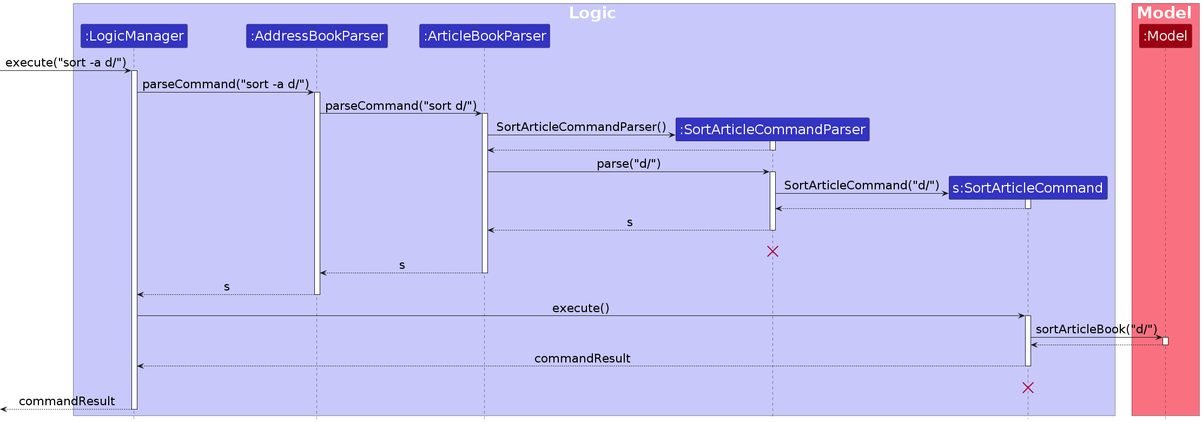
AY2324S2-CS2103T-F12-2/tp keeps this PlantUML diagram as diagrams/SortArticlesSequenceDiagram-Logic.png. Above is the earlier version. Its source is kept beside it as diagrams/SortArticlesSequenceDiagram-Logic.puml. Source of this version:
```plantuml
@startuml
!include style2.puml
skinparam ArrowFontStyle plain


box <size:30>Logic</size> LOGIC_COLOR_T1
participant ":LogicManager" as LogicManager LOGIC_COLOR
participant ":AddressBookParser" as AddressBookParser LOGIC_COLOR
participant ":ArticleBookParser" as ArticleBookParser LOGIC_COLOR
participant ":SortArticleCommandParser" as SortArticleCommandParser LOGIC_COLOR
participant "s:SortArticleCommand" as SortArticleCommand LOGIC_COLOR
end box

box <size:30>Model</size> MODEL_COLOR_T1
participant ":Model" as Model MODEL_COLOR
end box
[-> LogicManager : <size:22>execute("sort -a d/")</size>
activate LogicManager

LogicManager -> AddressBookParser : <size:22>parseCommand("sort -a d/")</size>
activate AddressBookParser

AddressBookParser -> ArticleBookParser : <size:22>parseCommand("sort d/")</size>
activate ArticleBookParser

create SortArticleCommandParser
ArticleBookParser -> SortArticleCommandParser : <size:22>SortArticleCommandParser()</size>
activate SortArticleCommandParser

SortArticleCommandParser --> ArticleBookParser
deactivate SortArticleCommandParser

ArticleBookParser -> SortArticleCommandParser : <size:22>parse("d/")</size>
activate SortArticleCommandParser

create SortArticleCommand
SortArticleCommandParser -> SortArticleCommand : <size:22>SortArticleCommand("d/")</size>
activate SortArticleCommand

SortArticleCommand --> SortArticleCommandParser
deactivate SortArticleCommand

SortArticleCommandParser --> ArticleBookParser : <size:22>s</size>
deactivate SortArticleCommandParser
SortArticleCommandParser -[hidden]-> AddressBookParser : <size:22>s</size>
destroy SortArticleCommandParser

ArticleBookParser --> AddressBookParser : <size:22>s</size>
deactivate ArticleBookParser

AddressBookParser --> LogicManager : <size:22>s</size>
deactivate AddressBookParser

LogicManager -> SortArticleCommand : <size:22>execute()</size>
activate SortArticleCommand

SortArticleCommand -> Model : <size:22>sortArticleBook("d/")</size>
activate Model

Model --> SortArticleCommand
deactivate Model

SortArticleCommand --> LogicManager : <size:22>commandResult</size>
deactivate SortArticleCommand
SortArticleCommand -[hidden]-> LogicManager : <size:22>commandResult</size>
destroy SortArticleCommand

[<--LogicManager : <size:22>commandResult</size>
deactivate LogicManager
@enduml
```
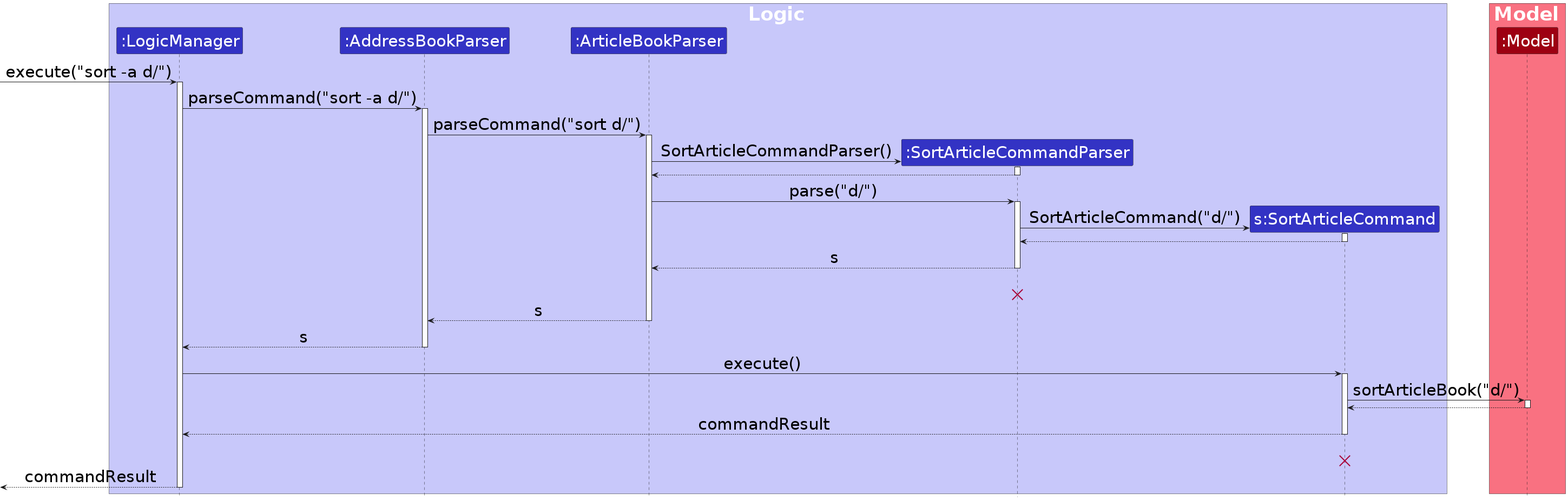
After the commit.

What changed in the source:
```diff
@@ -1,9 +1,9 @@
 @startuml
-!include style2.puml
+!include style3.puml
 skinparam ArrowFontStyle plain
 
 
-box <size:30>Logic</size> LOGIC_COLOR_T1
+box <size:35>Logic</size> LOGIC_COLOR_T1
 participant ":LogicManager" as LogicManager LOGIC_COLOR
 participant ":AddressBookParser" as AddressBookParser LOGIC_COLOR
 participant ":ArticleBookParser" as ArticleBookParser LOGIC_COLOR
@@ -11,60 +11,60 @@
 participant "s:SortArticleCommand" as SortArticleCommand LOGIC_COLOR
 end box
 
-box <size:30>Model</size> MODEL_COLOR_T1
+box <size:35>Model</size> MODEL_COLOR_T1
 participant ":Model" as Model MODEL_COLOR
 end box
-[-> LogicManager : <size:22>execute("sort -a d/")</size>
+[-> LogicManager : <size:30>execute("sort -a d/")</size>
 activate LogicManager
 
-LogicManager -> AddressBookParser : <size:22>parseCommand("sort -a d/")</size>
+LogicManager -> AddressBookParser : <size:30>parseCommand("sort -a d/")</size>
 activate AddressBookParser
 
-AddressBookParser -> ArticleBookParser : <size:22>parseCommand("sort d/")</size>
+AddressBookParser -> ArticleBookParser : <size:30>parseCommand("sort d/")</size>
 activate ArticleBookParser
 
 create SortArticleCommandParser
-ArticleBookParser -> SortArticleCommandParser : <size:22>SortArticleCommandParser()</size>
+ArticleBookParser -> SortArticleCommandParser : <size:30>SortArticleCommandParser()</size>
 activate SortArticleCommandParser
 
 SortArticleCommandParser --> ArticleBookParser
 deactivate SortArticleCommandParser
 
-ArticleBookParser -> SortArticleCommandParser : <size:22>parse("d/")</size>
+ArticleBookParser -> SortArticleCommandParser : <size:30>parse("d/")</size>
 activate SortArticleCommandParser
 
 create SortArticleCommand
-SortArticleCommandParser -> SortArticleCommand : <size:22>SortArticleCommand("d/")</size>
+SortArticleCommandParser -> SortArticleCommand : <size:30>SortArticleCommand("d/")</size>
 activate SortArticleCommand
 
 SortArticleCommand --> SortArticleCommandParser
 deactivate SortArticleCommand
 
-SortArticleCommandParser --> ArticleBookParser : <size:22>s</size>
+SortArticleCommandParser --> ArticleBookParser : <size:30>s</size>
 deactivate SortArticleCommandParser
-SortArticleCommandParser -[hidden]-> AddressBookParser : <size:22>s</size>
+SortArticleCommandParser -[hidden]-> AddressBookParser : <size:30>s</size>
 destroy SortArticleCommandParser
 
-ArticleBookParser --> AddressBookParser : <size:22>s</size>
+ArticleBookParser --> AddressBookParser : <size:30>s</size>
 deactivate ArticleBookParser
 
-AddressBookParser --> LogicManager : <size:22>s</size>
+AddressBookParser --> LogicManager : <size:30>s</size>
 deactivate AddressBookParser
 
-LogicManager -> SortArticleCommand : <size:22>execute()</size>
+LogicManager -> SortArticleCommand : <size:30>execute()</size>
 activate SortArticleCommand
 
-SortArticleCommand -> Model : <size:22>sortArticleBook("d/")</size>
+SortArticleCommand -> Model : <size:30>sortArticleBook("d/")</size>
 activate Model
 
 Model --> SortArticleCommand
 deactivate Model
 
-SortArticleCommand --> LogicManager : <size:22>commandResult</size>
+SortArticleCommand --> LogicManager : <size:30>commandResult</size>
 deactivate SortArticleCommand
-SortArticleCommand -[hidden]-> LogicManager : <size:22>commandResult</size>
+SortArticleCommand -[hidden]-> LogicManager : <size:30>commandResult</size>
 destroy SortArticleCommand
 
-[<--LogicManager : <size:22>commandResult</size>
+[<--LogicManager : <size:30>commandResult</size>
 deactivate LogicManager
 @enduml
```
